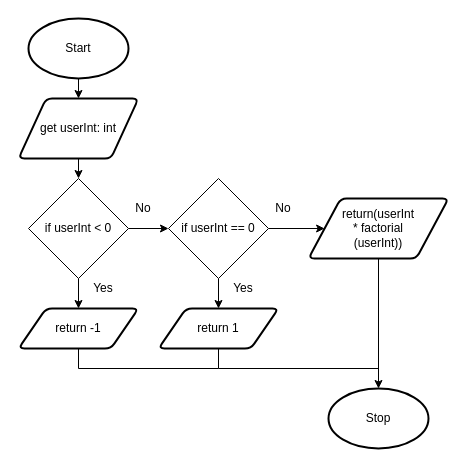
Before: drawio/flowchart.drawio in Aidan-Lalonde-Novales/ics4u-unit3-02-typescript, a draw.io diagram. Source tidied: cells renumbered, new cells numbered last; positions are measured from the earlier drawing's top-left corner, leaving out a move shared by most shapes. Both pictures are drawn from the tidied source at 100%, with x=0, y=0 at pixel (18, 18).
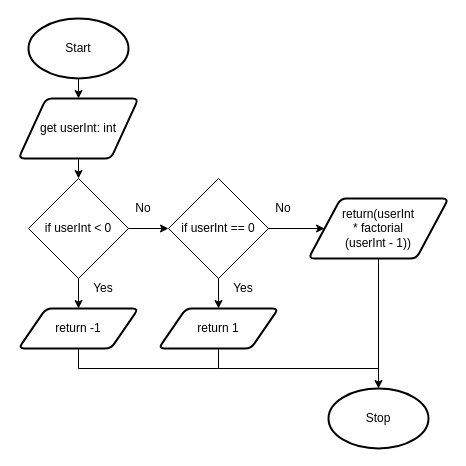
After the change.

Commit message (it also covers changes not shown here):
JACKSON NAUFAL

The edit, as a diff of the source:
```diff
@@
-    <mxCell id="14" value="return(userInt &lt;br&gt;* factorial&lt;br&gt;(userInt))" style="shape=parallelogram;html=1;strokeWidth=2;perimeter=parallelogramPerimeter;whiteSpace=wrap;rounded=1;arcSize=12;size=0.23;" parent="1" vertex="1">
+    <mxCell id="14" value="return(userInt &lt;br&gt;* factorial&lt;br&gt;(userInt - 1))" style="shape=parallelogram;html=1;strokeWidth=2;perimeter=parallelogramPerimeter;whiteSpace=wrap;rounded=1;arcSize=12;size=0.23;" parent="1" vertex="1">
       <mxGeometry x="290" y="180" width="140" height="60" as="geometry" />
     </mxCell>
```
